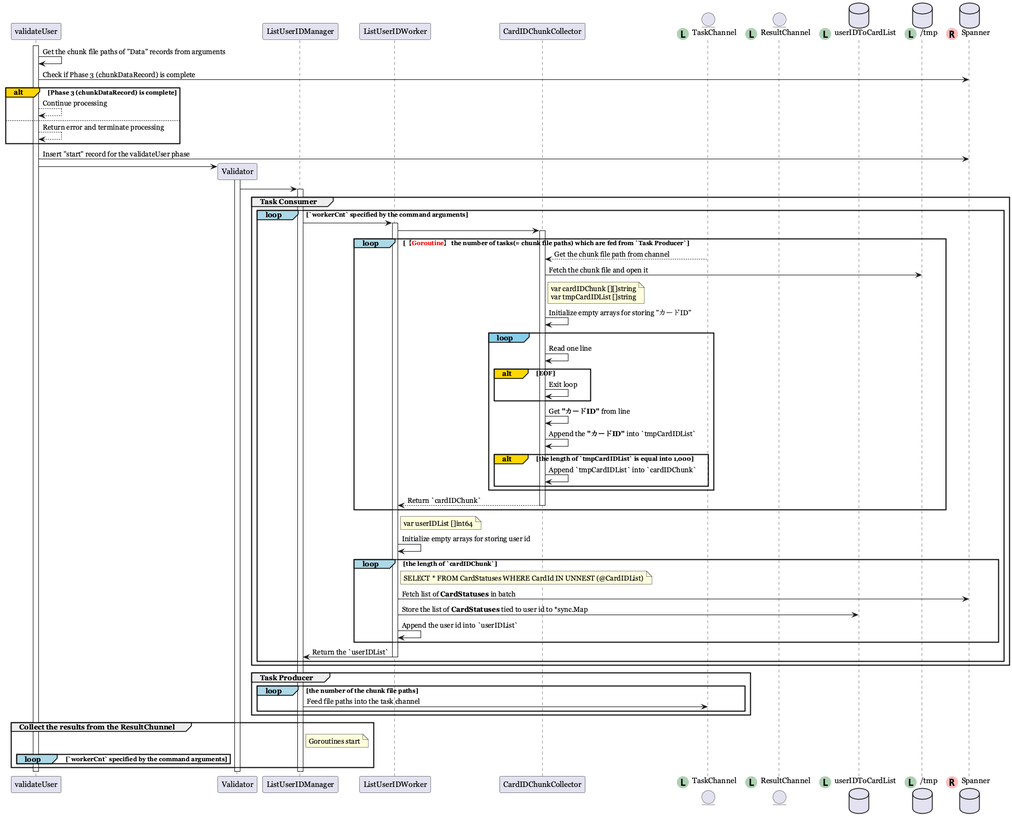
The PlantUML diagram en_validate_user.png in norun9/uml, before a commit.
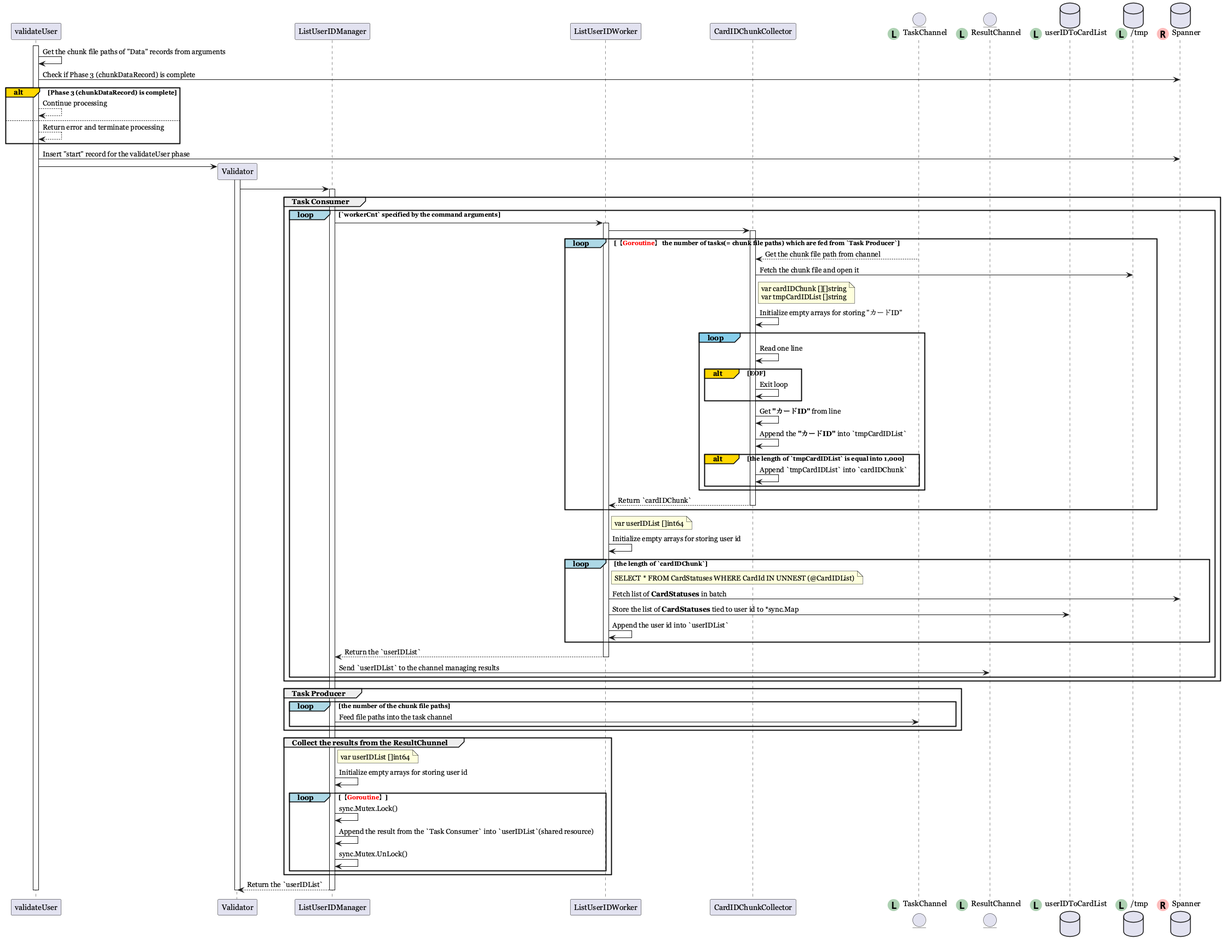
Later version of the same file.

The edit, as a diff of the source:
```diff
@@ -63,8 +63,9 @@
             ListUserIDWorker -> userIDToCardList: Store the list of **CardStatuses** tied to user id to *sync.Map
             ListUserIDWorker -> ListUserIDWorker: Append the user id into `userIDList`
         end
-        ListUserIDWorker -> ListUserIDManager: Return the `userIDList`
+        ListUserIDWorker --> ListUserIDManager: Return the `userIDList`
         deactivate ListUserIDWorker
+        ListUserIDManager -> ResultChannel: Send `userIDList` to the channel managing results
     end
 end
 
@@ -76,11 +77,16 @@
 
 
 group Collect the results from the ResultChunnel
-    note right of ListUserIDManager: Goroutines start
-    loop#LightBlue `workerCnt` specified by the command arguments
-
+    note right of ListUserIDManager: var userIDList []int64
+    ListUserIDManager -> ListUserIDManager: Initialize empty arrays for storing user id
+    loop#LightBlue 【**<font color=red>Goroutine</font>**】
+        ListUserIDManager -> ListUserIDManager: sync.Mutex.Lock()
+        ListUserIDManager -> ListUserIDManager: Append the result from the `Task Consumer` into `userIDList`(shared resource)
+        ListUserIDManager -> ListUserIDManager: sync.Mutex.UnLock()
     end
 end
+
+ListUserIDManager --> Validator: Return the `userIDList`
 
 deactivate ListUserIDManager
 
```
